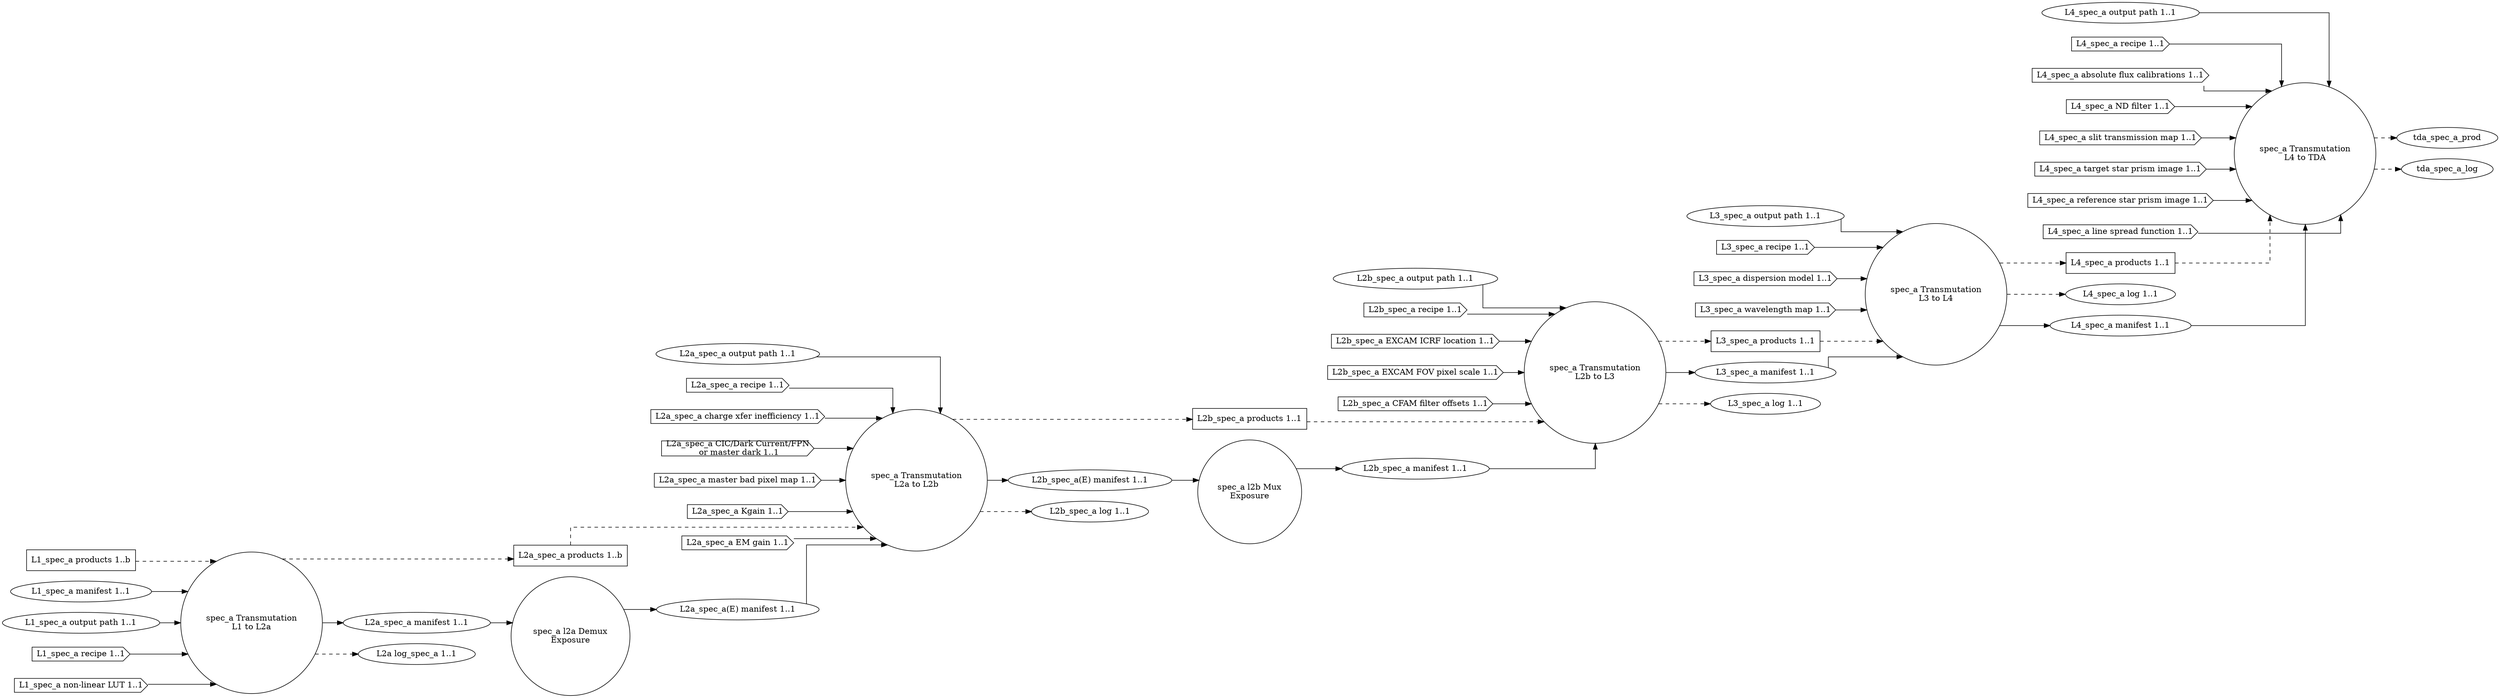
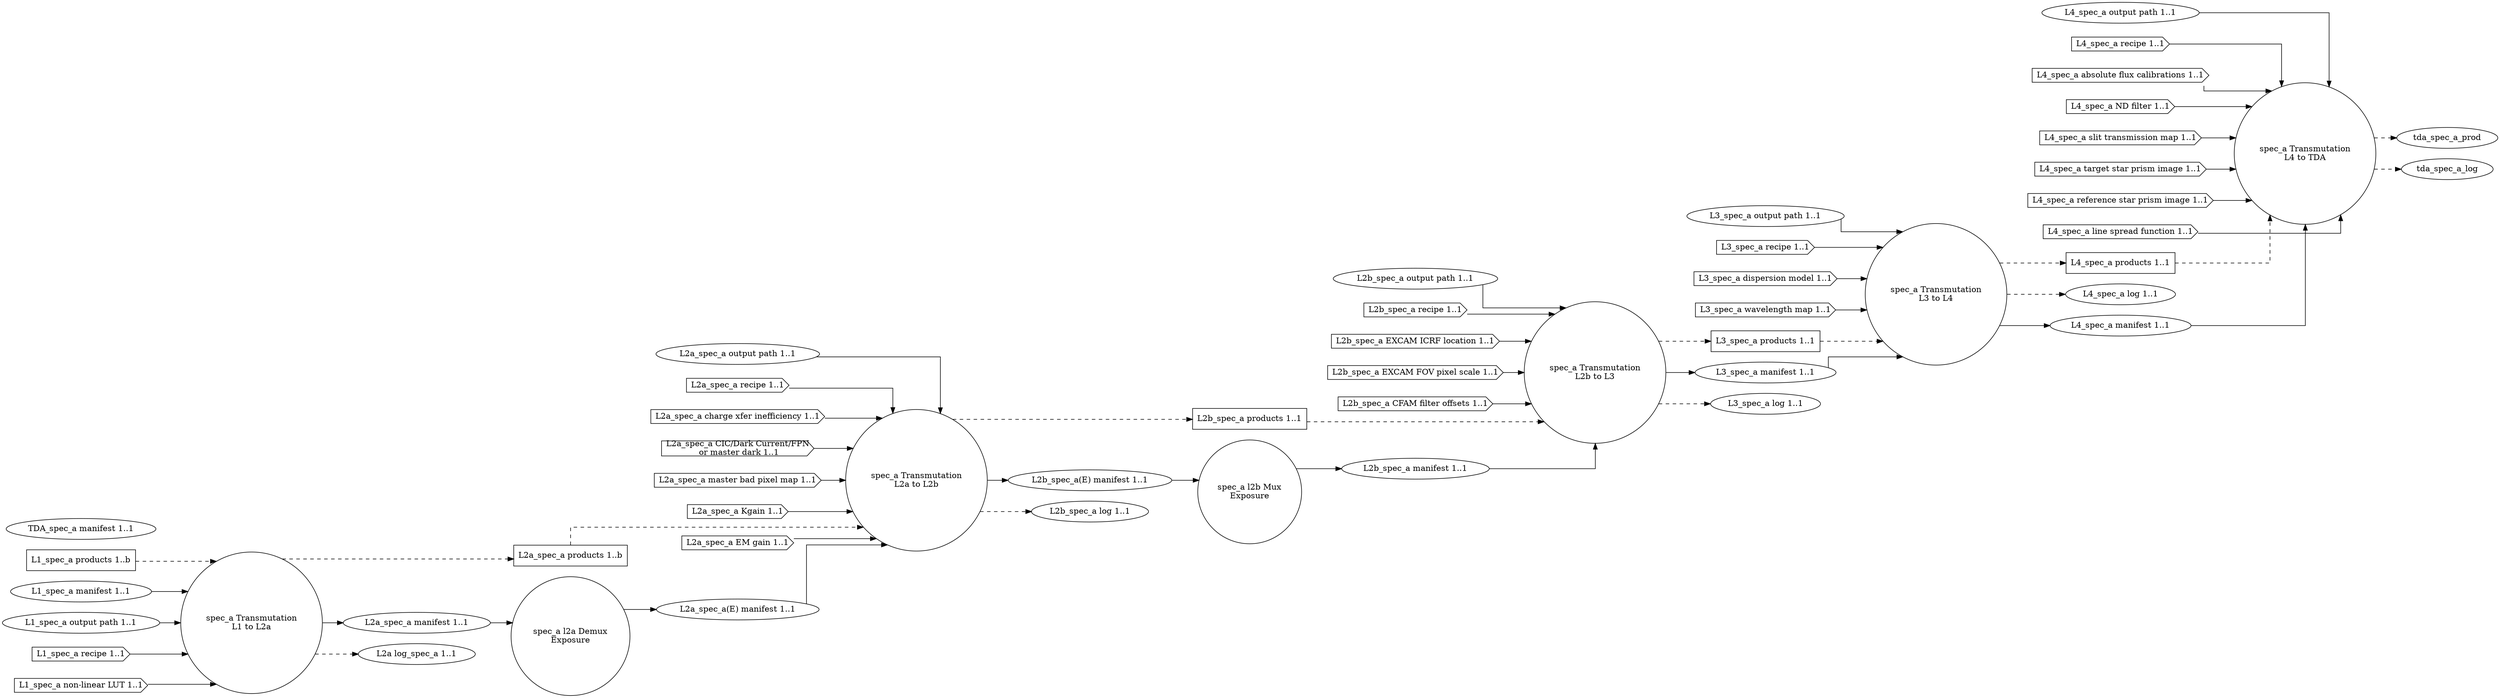
digraph SpectroscopyAnalog {
graph [splines="ortho", rankdir=LR];
trans_spec_a_l1_l2a [label="spec_a Transmutation\nL1 to L2a", shape="circle", runname="l1.transmutation_spec_a", runtype="dawgie.Algorithm", fsmtype="dip.base.Runner"];
l2a_spec_a_demux [label="spec_a l2a Demux\nExposure", shape="circle", runname="l2a.demux_spec_a", runtype="dawgie.Algorithm", fsmtype="dip.clerk.impls.demux.FSM"];
trans_spec_a_l2a_l2b [label="spec_a Transmutation\nL2a to L2b", shape="circle", runname="l2a.transmutation_spec_a", runtype="dawgie.Algorithm", fsmtype="dip.base.Runner"];
l2b_spec_a_mux [label="spec_a l2b Mux\nExposure", shape="circle", runname="l2b.mux_spec_a", runtype="dawgie.Analyzer", fsmtype="dip.clerk.impls.mux.FSM"];
trans_spec_a_l2b_l3 [label="spec_a Transmutation\nL2b to L3", shape="circle", runname="l2b.transmutation_spec_a", runtype="dawgie.Algorithm", fsmtype="dip.base.Runner"];
trans_spec_a_l3_l4 [label="spec_a Transmutation\nL3 to L4", shape="circle", runname="l3.transmutation_spec_a", runtype="dawgie.Algorithm", fsmtype="dip.base.Runner"];
trans_spec_a_l4_tda [label="spec_a Transmutation\nL4 to TDA", shape="circle", runname="l4.transmutation_spec_a", runtype="dawgie.Algorithm", fsmtype="dip.base.Runner"];
l1_spec_a_prod [label="L1_spec_a products 1..b", shape="rectangle"];
l1_spec_a_man [label="L1_spec_a manifest 1..1", shape="ellipse"];
l1_spec_a_odir [label="L1_spec_a output path 1..1", shape="ellipse"];
l1_spec_a_rec [label="L1_spec_a recipe 1..1", shape="cds"];
l1_spec_a_nllut [label="L1_spec_a non-linear LUT 1..1", shape="cds"];
l2a_spec_a_prod [label="L2a_spec_a products 1..b", shape="rectangle"];
l2a_spec_a_man [label="L2a_spec_a manifest 1..1", shape="ellipse", valname="l1.transmutation_spec_a.product.manifest", valtype="dip.base.Manifest"];
l2a_spec_a_odir [label="L2a_spec_a output path 1..1", shape="ellipse"];
l2a_spec_a_rec [label="L2a_spec_a recipe 1..1", shape="cds"];
l2a_spec_a_cti [label="L2a_spec_a charge xfer inefficiency 1..1", shape="cds"];
l2a_spec_a_dnb [label="L2a_spec_a CIC/Dark Current/FPN\n or master dark 1..1", shape="cds"];
l2a_spec_a_mbpm [label="L2a_spec_a master bad pixel map 1..1", shape="cds"];
l2a_spec_a_kgain [label="L2a_spec_a Kgain 1..1", shape="cds"];
l2a_spec_a_emg [label="L2a_spec_a EM gain 1..1", shape="cds"];
l2a_spec_a_log [label="L2a log_spec_a 1..1", shape="ellipse"];
l2a_spec_a_man_demux [label="L2a_spec_a(E) manifest 1..1", shape="ellipse", valname="l2a.demux_spec_a.product.manifest", valtype="dip.base.Manifest"];
l2b_spec_a_prod [label="L2b_spec_a products 1..1", shape="rectangle"];
l2b_spec_a_man [label="L2b_spec_a manifest 1..1", shape="ellipse", valname="l2b.mux_spec_a.product.manifest", valtype="dip.base.Manifest"];
l2b_spec_a_odir [label="L2b_spec_a output path 1..1", shape="ellipse"];
l2b_spec_a_rec [label="L2b_spec_a recipe 1..1", shape="cds"];
l2b_spec_a_excicrf [label="L2b_spec_a EXCAM ICRF location 1..1", shape="cds"];
l2b_spec_a_excfovps [label="L2b_spec_a EXCAM FOV pixel scale 1..1", shape="cds"];
l2b_spec_a_cfamfo [label="L2b_spec_a CFAM filter offsets 1..1", shape="cds"];
l2b_spec_a_man_demux [label="L2b_spec_a(E) manifest 1..1", shape="ellipse", valname="l2a.transmutation_spec_a.product.manifest", valtype="dip.base.Manifest"];
l2b_spec_a_log [label="L2b_spec_a log 1..1", shape="ellipse"];
l3_spec_a_prod [label="L3_spec_a products 1..1", shape="rectangle"];
l3_spec_a_odir [label="L3_spec_a output path 1..1", shape="ellipse"];
l3_spec_a_man [label="L3_spec_a manifest 1..1", shape="ellipse", valname="l2b.transmutation_spec_a.product.manifest", valtype="dip.base.Manifest"];
l3_spec_a_rec [label="L3_spec_a recipe 1..1", shape="cds"];
l3_spec_a_dispm [label="L3_spec_a dispersion model 1..1", shape="cds"];
l3_spec_a_wavem [label="L3_spec_a wavelength map 1..1", shape="cds"];
l3_spec_a_log [label="L3_spec_a log 1..1", shape="ellipse"];
l4_spec_a_prod [label="L4_spec_a products 1..1", shape="rectangle"];
l4_spec_a_odir [label="L4_spec_a output path 1..1", shape="ellipse"];
l4_spec_a_log [label="L4_spec_a log 1..1", shape="ellipse"];
l4_spec_a_man [label="L4_spec_a manifest 1..1", shape="ellipse", valname="l3.transmutation_spec_a.product.manifest", valtype="dip.base.Manifest"];
l4_spec_a_rec [label="L4_spec_a recipe 1..1", shape="cds"];
l4_spec_a_afcal [label="L4_spec_a absolute flux calibrations 1..1", shape="cds"];
l4_spec_a_ndfilt [label="L4_spec_a ND filter 1..1", shape="cds"];
l4_spec_a_stmap [label="L4_spec_a slit transmission map 1..1", shape="cds"];
l4_spec_a_tspi [label="L4_spec_a target star prism image 1..1", shape="cds"];
l4_spec_a_rspi [label="L4_spec_a reference star prism image 1..1", shape="cds"];
l4_spec_a_lsf [label="L4_spec_a line spread function 1..1", shape="cds"];
+ tda_spec_a_man [label="TDA_spec_a manifest 1..1", shape="ellipse", valname="l4.transmutation_spec_a.product.manifest", valtype="dip.base.Manifest"];
l1_spec_a_prod -> trans_spec_a_l1_l2a [style="dashed"];
l1_spec_a_man -> trans_spec_a_l1_l2a;
l1_spec_a_odir -> trans_spec_a_l1_l2a;
l1_spec_a_rec -> trans_spec_a_l1_l2a;
l1_spec_a_nllut -> trans_spec_a_l1_l2a;
trans_spec_a_l1_l2a -> l2a_spec_a_prod [style="dashed"];
trans_spec_a_l1_l2a -> l2a_spec_a_man;
trans_spec_a_l1_l2a -> l2a_spec_a_log [style="dashed"];
l2a_spec_a_prod -> trans_spec_a_l2a_l2b [style="dashed"];
l2a_spec_a_odir -> trans_spec_a_l2a_l2b;
l2a_spec_a_rec -> trans_spec_a_l2a_l2b;
l2a_spec_a_cti -> trans_spec_a_l2a_l2b;
l2a_spec_a_dnb -> trans_spec_a_l2a_l2b;
l2a_spec_a_mbpm -> trans_spec_a_l2a_l2b;
l2a_spec_a_emg -> trans_spec_a_l2a_l2b;
l2a_spec_a_kgain -> trans_spec_a_l2a_l2b;
trans_spec_a_l2a_l2b -> l2b_spec_a_prod [style="dashed"];
trans_spec_a_l2a_l2b -> l2b_spec_a_man_demux;
trans_spec_a_l2a_l2b -> l2b_spec_a_log [style="dashed"];
l2a_spec_a_man -> l2a_spec_a_demux;
l2a_spec_a_demux -> l2a_spec_a_man_demux;
l2a_spec_a_man_demux -> trans_spec_a_l2a_l2b;
l2b_spec_a_man_demux -> l2b_spec_a_mux;
l2b_spec_a_mux -> l2b_spec_a_man;
l2b_spec_a_prod -> trans_spec_a_l2b_l3 [style="dashed"];
l2b_spec_a_man -> trans_spec_a_l2b_l3;
l2b_spec_a_odir -> trans_spec_a_l2b_l3;
l2b_spec_a_rec -> trans_spec_a_l2b_l3;
l2b_spec_a_excicrf -> trans_spec_a_l2b_l3;
l2b_spec_a_excfovps -> trans_spec_a_l2b_l3;
l2b_spec_a_cfamfo -> trans_spec_a_l2b_l3;
trans_spec_a_l2b_l3 -> l3_spec_a_prod [style="dashed"];
trans_spec_a_l2b_l3 -> l3_spec_a_man;
trans_spec_a_l2b_l3 -> l3_spec_a_log [style="dashed"];
l3_spec_a_prod -> trans_spec_a_l3_l4 [style="dashed"];
l3_spec_a_man -> trans_spec_a_l3_l4;
l3_spec_a_odir -> trans_spec_a_l3_l4;
l3_spec_a_rec -> trans_spec_a_l3_l4;
l3_spec_a_dispm -> trans_spec_a_l3_l4;
l3_spec_a_wavem -> trans_spec_a_l3_l4;
trans_spec_a_l3_l4 -> l4_spec_a_prod [style="dashed"];
trans_spec_a_l3_l4 -> l4_spec_a_log [style="dashed"];
trans_spec_a_l3_l4 -> l4_spec_a_man;
l4_spec_a_prod -> trans_spec_a_l4_tda [style="dashed"];
l4_spec_a_man -> trans_spec_a_l4_tda;
l4_spec_a_odir -> trans_spec_a_l4_tda;
l4_spec_a_rec -> trans_spec_a_l4_tda;
l4_spec_a_afcal -> trans_spec_a_l4_tda;
l4_spec_a_ndfilt -> trans_spec_a_l4_tda;
l4_spec_a_stmap -> trans_spec_a_l4_tda;
l4_spec_a_tspi -> trans_spec_a_l4_tda;
l4_spec_a_rspi -> trans_spec_a_l4_tda;
l4_spec_a_lsf -> trans_spec_a_l4_tda;
trans_spec_a_l4_tda -> tda_spec_a_prod [style="dashed"];
trans_spec_a_l4_tda -> tda_spec_a_log [style="dashed"];
}
